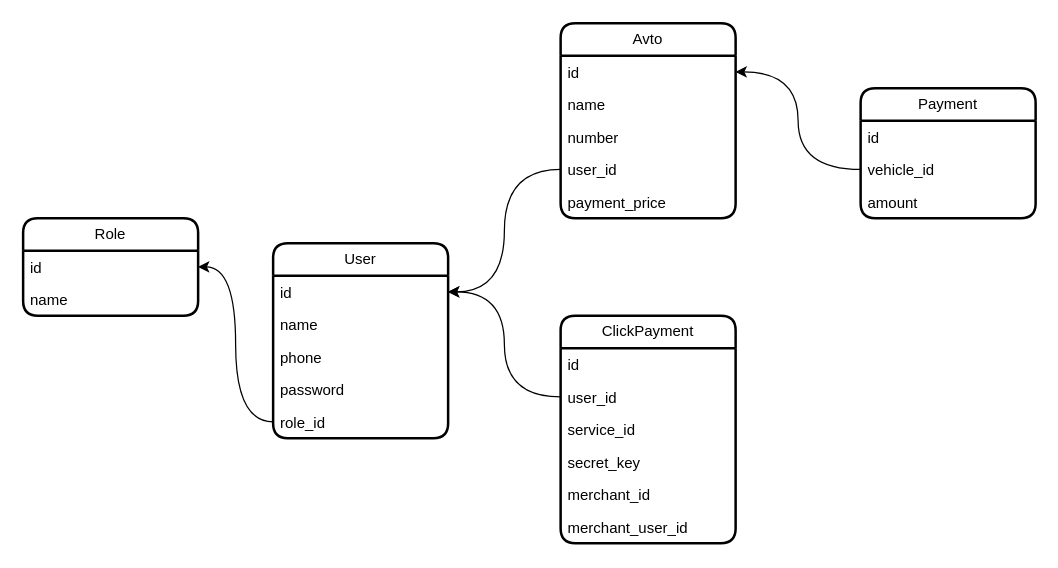
iztileuoff/databases keeps this draw.io diagram as karsoft-transport.drawio. Above is the earlier version. Source tidied: cells renumbered, new cells numbered last; positions are measured from the earlier drawing's top-left corner, leaving out a move shared by most shapes. Both pictures are drawn from the tidied source at 125%, with x=0, y=0 at pixel (22, 22).
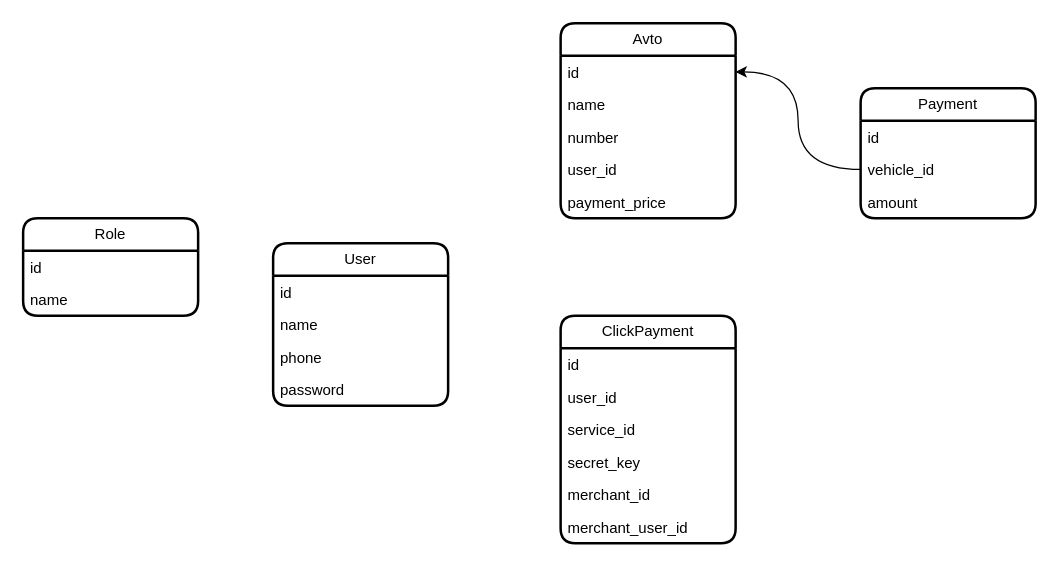
The same page after the edit.

The change refers to these unchanged cells:
```xml
<mxCell id="3" value="id" style="text;strokeColor=none;fillColor=none;align=left;verticalAlign=top;spacingLeft=4;spacingRight=4;overflow=hidden;points=[[0,0.5],[1,0.5]];portConstraint=eastwest;whiteSpace=wrap;html=1;" parent="2" vertex="1">
  <mxGeometry y="26" width="140" height="26" as="geometry" />
</mxCell>
<mxCell id="9" value="id" style="text;strokeColor=none;fillColor=none;align=left;verticalAlign=top;spacingLeft=4;spacingRight=4;overflow=hidden;points=[[0,0.5],[1,0.5]];portConstraint=eastwest;whiteSpace=wrap;html=1;" parent="8" vertex="1">
  <mxGeometry y="26" width="140" height="26" as="geometry" />
</mxCell>
<mxCell id="15" value="user_id" style="text;strokeColor=none;fillColor=none;align=left;verticalAlign=top;spacingLeft=4;spacingRight=4;overflow=hidden;points=[[0,0.5],[1,0.5]];portConstraint=eastwest;whiteSpace=wrap;html=1;" parent="11" vertex="1">
  <mxGeometry y="104" width="140" height="26" as="geometry" />
</mxCell>
<mxCell id="26" value="user_id" style="text;strokeColor=none;fillColor=none;align=left;verticalAlign=top;spacingLeft=4;spacingRight=4;overflow=hidden;points=[[0,0.5],[1,0.5]];portConstraint=eastwest;whiteSpace=wrap;html=1;" parent="24" vertex="1">
  <mxGeometry y="52" width="140" height="26" as="geometry" />
</mxCell>
```

What changed in the source:
```diff
@@
     <mxCell id="2" value="User" style="swimlane;fontStyle=0;horizontal=1;startSize=26;fillColor=none;whiteSpace=wrap;html=1;rounded=1;shadow=0;glass=0;strokeWidth=2;" parent="1" vertex="1">
-      <mxGeometry x="200" y="176" width="140" height="156" as="geometry" />
+      <mxGeometry x="200" y="176" width="140" height="130" as="geometry" />
     </mxCell>
@@
-    <mxCell id="7" value="role_id" style="text;strokeColor=none;fillColor=none;align=left;verticalAlign=top;spacingLeft=4;spacingRight=4;overflow=hidden;points=[[0,0.5],[1,0.5]];portConstraint=eastwest;whiteSpace=wrap;html=1;" parent="2" vertex="1">
-      <mxGeometry y="130" width="140" height="26" as="geometry" />
-    </mxCell>
@@
-    <mxCell id="22" style="edgeStyle=orthogonalEdgeStyle;rounded=0;jettySize=auto;html=1;entryX=1;entryY=0.5;entryDx=0;entryDy=0;curved=1;" parent="1" edge="1" source="15" target="3">
-      <mxGeometry relative="1" as="geometry" />
-    </mxCell>
-    <mxCell id="23" style="edgeStyle=orthogonalEdgeStyle;rounded=0;jettySize=auto;html=1;entryX=1;entryY=0.5;entryDx=0;entryDy=0;curved=1;" parent="1" edge="1" source="7" target="9">
-      <mxGeometry relative="1" as="geometry" />
-    </mxCell>
@@
-    <mxCell id="31" style="edgeStyle=orthogonalEdgeStyle;rounded=0;jettySize=auto;html=1;entryX=1;entryY=0.25;entryDx=0;entryDy=0;curved=1;" parent="1" edge="1" source="26" target="2">
-      <mxGeometry relative="1" as="geometry" />
-    </mxCell>
```
